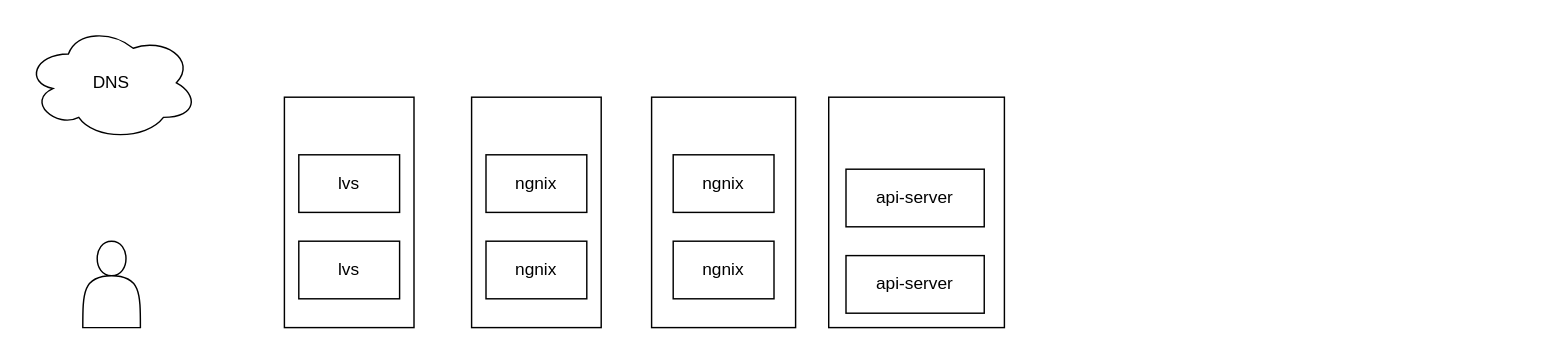
Earlier version of the draw.io diagram page "负载均衡器和反向代理" (16 of 16) of source/diagrams/hotel.drawio (wxquare/wxquare.github.io). Source tidied: cells renumbered, new cells numbered last; positions are measured from the earlier drawing's top-left corner, leaving out a move shared by most shapes. Both pictures are drawn from the tidied source at 144%, with x=0, y=0 at pixel (24, 24).
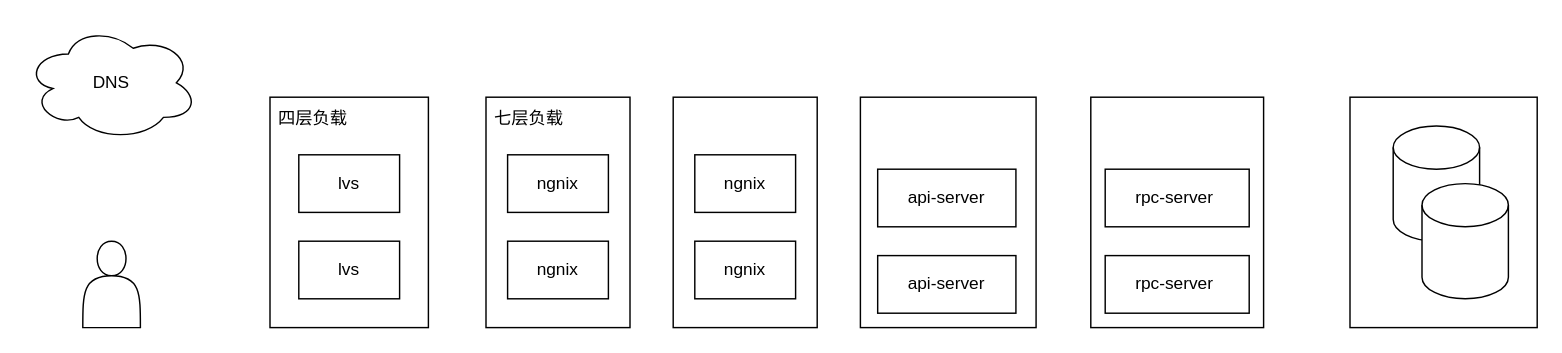
The same diagram, later.

The edit, as a diff of the source:
```diff
@@
+    <mxCell id="16" style="rounded=0;whiteSpace=wrap;html=1;" parent="1" vertex="1">
+      <mxGeometry x="920" y="50" width="130" height="160" as="geometry" />
+    </mxCell>
+    <mxCell id="17" style="rounded=0;whiteSpace=wrap;html=1;" parent="1" vertex="1">
+      <mxGeometry x="740" y="50" width="120" height="160" as="geometry" />
+    </mxCell>
     <mxCell id="2" style="rounded=0;whiteSpace=wrap;html=1;" parent="1" vertex="1">
-      <mxGeometry x="558" y="50" width="122" height="160" as="geometry" />
+      <mxGeometry x="580" y="50" width="122" height="160" as="geometry" />
     </mxCell>
     <mxCell id="3" style="rounded=0;whiteSpace=wrap;html=1;" parent="1" vertex="1">
-      <mxGeometry x="435" y="50" width="100" height="160" as="geometry" />
+      <mxGeometry x="450" y="50" width="100" height="160" as="geometry" />
     </mxCell>
     <mxCell id="4" style="rounded=0;whiteSpace=wrap;html=1;" parent="1" vertex="1">
-      <mxGeometry x="310" y="50" width="90" height="160" as="geometry" />
+      <mxGeometry x="320" y="50" width="100" height="160" as="geometry" />
     </mxCell>
     <mxCell id="5" style="rounded=0;whiteSpace=wrap;html=1;" parent="1" vertex="1">
-      <mxGeometry x="180" y="50" width="90" height="160" as="geometry" />
+      <mxGeometry x="170" y="50" width="110" height="160" as="geometry" />
     </mxCell>
@@
     <mxCell id="7" value="ngnix" style="rounded=0;whiteSpace=wrap;html=1;" parent="1" vertex="1">
-      <mxGeometry x="320" y="150" width="70" height="40" as="geometry" />
+      <mxGeometry x="335" y="150" width="70" height="40" as="geometry" />
     </mxCell>
     <mxCell id="8" value="ngnix" style="rounded=0;whiteSpace=wrap;html=1;" parent="1" vertex="1">
-      <mxGeometry x="450" y="150" width="70" height="40" as="geometry" />
+      <mxGeometry x="465" y="150" width="70" height="40" as="geometry" />
     </mxCell>
@@
     <mxCell id="12" value="ngnix" style="rounded=0;whiteSpace=wrap;html=1;" parent="1" vertex="1">
-      <mxGeometry x="320" y="90" width="70" height="40" as="geometry" />
+      <mxGeometry x="335" y="90" width="70" height="40" as="geometry" />
     </mxCell>
     <mxCell id="13" value="ngnix" style="rounded=0;whiteSpace=wrap;html=1;" parent="1" vertex="1">
-      <mxGeometry x="450" y="90" width="70" height="40" as="geometry" />
+      <mxGeometry x="465" y="90" width="70" height="40" as="geometry" />
     </mxCell>
     <mxCell id="14" value="api-server" style="rounded=0;whiteSpace=wrap;html=1;" parent="1" vertex="1">
-      <mxGeometry x="570" y="100" width="96" height="40" as="geometry" />
+      <mxGeometry x="592" y="100" width="96" height="40" as="geometry" />
     </mxCell>
     <mxCell id="15" value="api-server" style="rounded=0;whiteSpace=wrap;html=1;" parent="1" vertex="1">
-      <mxGeometry x="570" y="160" width="96" height="40" as="geometry" />
+      <mxGeometry x="592" y="160" width="96" height="40" as="geometry" />
     </mxCell>
+    <mxCell id="18" value="rpc-server&amp;nbsp;" style="rounded=0;whiteSpace=wrap;html=1;" parent="1" vertex="1">
+      <mxGeometry x="750" y="100" width="100" height="40" as="geometry" />
+    </mxCell>
+    <mxCell id="19" value="rpc-server&amp;nbsp;" style="rounded=0;whiteSpace=wrap;html=1;" parent="1" vertex="1">
+      <mxGeometry x="750" y="160" width="100" height="40" as="geometry" />
+    </mxCell>
+    <mxCell id="20" style="shape=cylinder3;whiteSpace=wrap;html=1;boundedLbl=1;backgroundOutline=1;size=15;" parent="1" vertex="1">
+      <mxGeometry x="950" y="70" width="60" height="80" as="geometry" />
+    </mxCell>
+    <mxCell id="21" style="shape=cylinder3;whiteSpace=wrap;html=1;boundedLbl=1;backgroundOutline=1;size=15;" parent="1" vertex="1">
+      <mxGeometry x="970" y="110" width="60" height="80" as="geometry" />
+    </mxCell>
+    <mxCell id="22" value="四层负载" style="text;html=1;align=center;verticalAlign=middle;whiteSpace=wrap;rounded=0;" parent="1" vertex="1">
+      <mxGeometry x="170" y="50" width="60" height="30" as="geometry" />
+    </mxCell>
+    <mxCell id="23" value="七层负载" style="text;html=1;align=center;verticalAlign=middle;whiteSpace=wrap;rounded=0;" parent="1" vertex="1">
+      <mxGeometry x="320" y="50" width="60" height="30" as="geometry" />
+    </mxCell>
```
